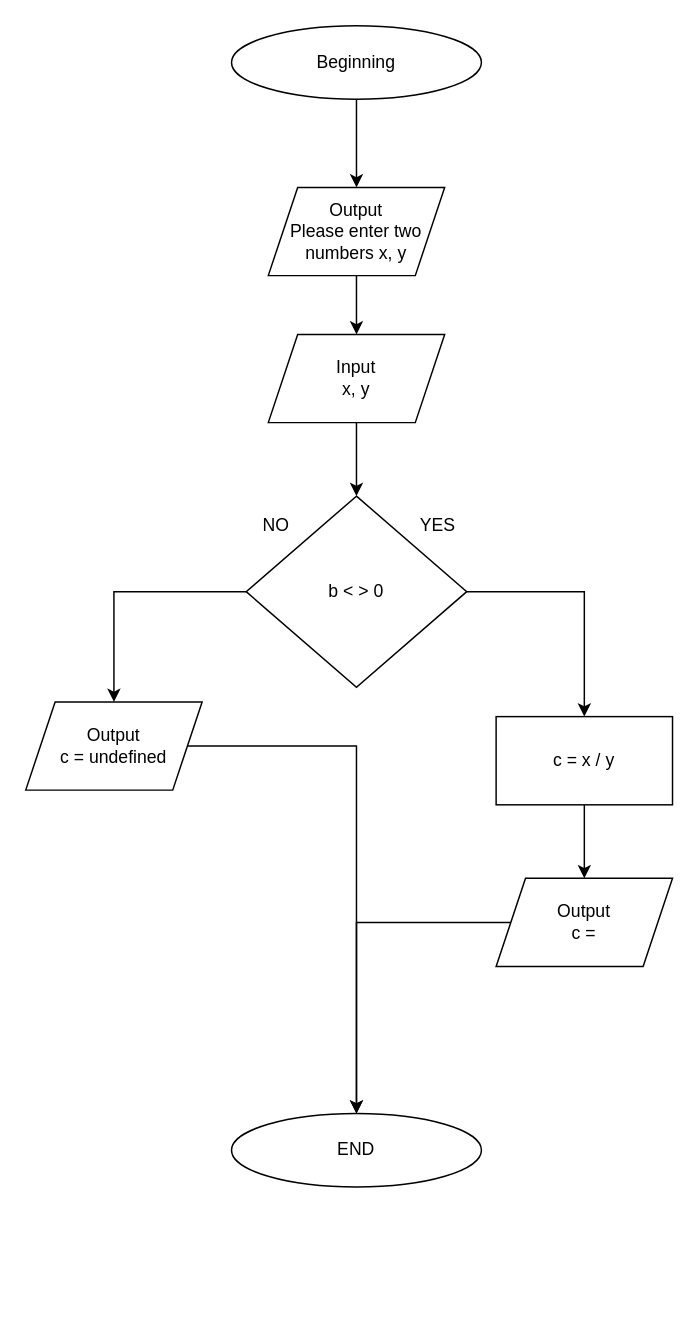
The draw.io diagram Algorithms/Lesson_1.drawio in IgnatikVodichka/Python-Projects, before the edit. Source tidied: cells renumbered, new cells numbered last; positions are measured from the earlier drawing's top-left corner, leaving out a move shared by most shapes. Both pictures are drawn from the tidied source at 147%, with x=0, y=0 at pixel (25, 25).
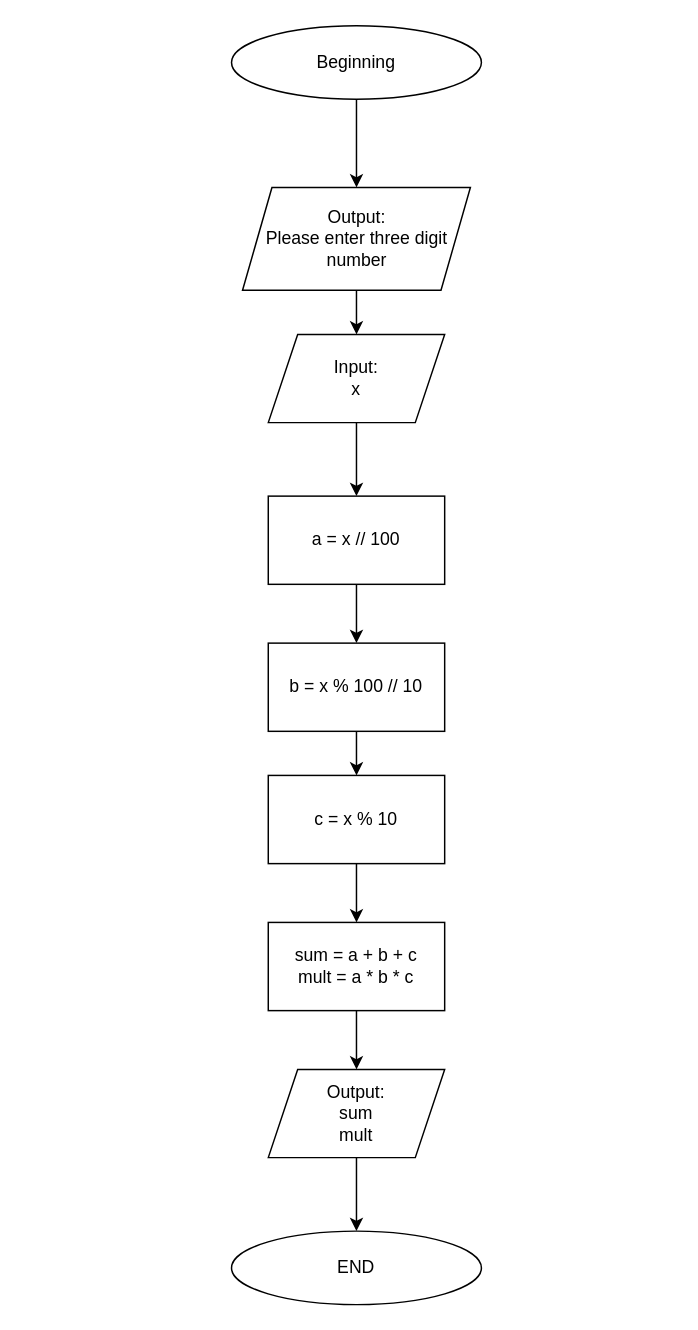
After the change.

Diff of the diagram source:
```diff
@@
 <mxGraphModel>
   <root>
     <mxCell id="0" />
     <mxCell id="1" parent="0" />
     <mxCell id="2" style="edgeStyle=orthogonalEdgeStyle;rounded=0;jettySize=auto;html=1;" parent="1" edge="1" source="3" target="5">
       <mxGeometry relative="1" as="geometry" />
     </mxCell>
     <mxCell id="3" value="Beginning" style="ellipse;whiteSpace=wrap;html=1;" parent="1" vertex="1">
       <mxGeometry x="140" width="170" height="50" as="geometry" />
     </mxCell>
     <mxCell id="4" style="edgeStyle=orthogonalEdgeStyle;rounded=0;jettySize=auto;html=1;entryX=0.5;entryY=0;entryDx=0;entryDy=0;" parent="1" edge="1" source="5" target="7">
       <mxGeometry relative="1" as="geometry" />
     </mxCell>
-    <mxCell id="5" value="Output&lt;br&gt;Please enter two numbers x, y" style="shape=parallelogram;perimeter=parallelogramPerimeter;whiteSpace=wrap;html=1;fixedSize=1;" parent="1" vertex="1">
-      <mxGeometry x="165" y="110" width="120" height="60" as="geometry" />
+    <mxCell id="5" value="Output:&lt;br&gt;Please enter three digit number" style="shape=parallelogram;perimeter=parallelogramPerimeter;whiteSpace=wrap;html=1;fixedSize=1;" parent="1" vertex="1">
+      <mxGeometry x="147.5" y="110" width="155" height="70" as="geometry" />
     </mxCell>
-    <mxCell id="6" style="edgeStyle=orthogonalEdgeStyle;rounded=0;jettySize=auto;html=1;entryX=0.5;entryY=0;entryDx=0;entryDy=0;" parent="1" edge="1" source="7" target="10">
-      <mxGeometry relative="1" as="geometry" />
+    <mxCell id="6" style="edgeStyle=orthogonalEdgeStyle;rounded=0;jettySize=auto;html=1;entryX=0.5;entryY=0;entryDx=0;entryDy=0;" parent="1" edge="1" source="7">
+      <mxGeometry relative="1" as="geometry">
+        <mxPoint x="225" y="320" as="targetPoint" />
+      </mxGeometry>
     </mxCell>
-    <mxCell id="7" value="Input&lt;br&gt;x, y" style="shape=parallelogram;perimeter=parallelogramPerimeter;whiteSpace=wrap;html=1;fixedSize=1;" parent="1" vertex="1">
+    <mxCell id="7" value="Input:&lt;br&gt;x" style="shape=parallelogram;perimeter=parallelogramPerimeter;whiteSpace=wrap;html=1;fixedSize=1;" parent="1" vertex="1">
       <mxGeometry x="165" y="210" width="120" height="60" as="geometry" />
     </mxCell>
-    <mxCell id="8" style="edgeStyle=orthogonalEdgeStyle;rounded=0;jettySize=auto;html=1;entryX=0.5;entryY=0;entryDx=0;entryDy=0;" parent="1" edge="1" source="10" target="14">
-      <mxGeometry relative="1" as="geometry" />
-    </mxCell>
-    <mxCell id="9" style="edgeStyle=orthogonalEdgeStyle;rounded=0;jettySize=auto;html=1;entryX=0.5;entryY=0;entryDx=0;entryDy=0;" parent="1" edge="1" source="10" target="18">
-      <mxGeometry relative="1" as="geometry" />
-    </mxCell>
-    <mxCell id="10" value="b &amp;lt; &amp;gt; 0" style="rhombus;whiteSpace=wrap;html=1;" parent="1" vertex="1">
-      <mxGeometry x="150" y="320" width="150" height="130" as="geometry" />
-    </mxCell>
-    <mxCell id="11" value="YES" style="text;html=1;align=center;verticalAlign=middle;strokeColor=none;" parent="1" vertex="1">
-      <mxGeometry x="260" y="330" width="40" height="20" as="geometry" />
-    </mxCell>
-    <mxCell id="12" value="NO" style="text;html=1;align=center;verticalAlign=middle;strokeColor=none;" parent="1" vertex="1">
-      <mxGeometry x="155" y="330" width="30" height="20" as="geometry" />
-    </mxCell>
-    <mxCell id="13" style="edgeStyle=orthogonalEdgeStyle;rounded=0;jettySize=auto;html=1;entryX=0.5;entryY=0;entryDx=0;entryDy=0;" parent="1" edge="1" source="14" target="16">
-      <mxGeometry relative="1" as="geometry" />
-    </mxCell>
-    <mxCell id="14" value="c = x / y" style="rounded=0;whiteSpace=wrap;html=1;" parent="1" vertex="1">
-      <mxGeometry x="320" y="470" width="120" height="60" as="geometry" />
-    </mxCell>
-    <mxCell id="15" style="edgeStyle=orthogonalEdgeStyle;rounded=0;jettySize=auto;html=1;entryX=0.5;entryY=0;entryDx=0;entryDy=0;" parent="1" edge="1" source="16" target="19">
-      <mxGeometry relative="1" as="geometry" />
-    </mxCell>
-    <mxCell id="16" value="Output&lt;br&gt;c =" style="shape=parallelogram;perimeter=parallelogramPerimeter;whiteSpace=wrap;html=1;fixedSize=1;" parent="1" vertex="1">
-      <mxGeometry x="320" y="580" width="120" height="60" as="geometry" />
-    </mxCell>
-    <mxCell id="17" style="edgeStyle=orthogonalEdgeStyle;rounded=0;jettySize=auto;html=1;entryX=0.5;entryY=0;entryDx=0;entryDy=0;" parent="1" edge="1" source="18" target="19">
-      <mxGeometry relative="1" as="geometry" />
-    </mxCell>
-    <mxCell id="18" value="Output&lt;br&gt;c = undefined" style="shape=parallelogram;perimeter=parallelogramPerimeter;whiteSpace=wrap;html=1;fixedSize=1;" parent="1" vertex="1">
-      <mxGeometry y="460" width="120" height="60" as="geometry" />
-    </mxCell>
     <mxCell id="19" value="END" style="ellipse;whiteSpace=wrap;html=1;" parent="1" vertex="1">
-      <mxGeometry x="140" y="740" width="170" height="50" as="geometry" />
+      <mxGeometry x="140" y="820" width="170" height="50" as="geometry" />
     </mxCell>
+    <mxCell id="20" style="edgeStyle=orthogonalEdgeStyle;rounded=0;jettySize=auto;html=1;entryX=0.5;entryY=0;entryDx=0;entryDy=0;" parent="1" edge="1" source="21" target="23">
+      <mxGeometry relative="1" as="geometry" />
+    </mxCell>
+    <mxCell id="21" value="a = x // 100" style="rounded=0;whiteSpace=wrap;html=1;" parent="1" vertex="1">
+      <mxGeometry x="165" y="320" width="120" height="60" as="geometry" />
+    </mxCell>
+    <mxCell id="22" style="edgeStyle=orthogonalEdgeStyle;rounded=0;jettySize=auto;html=1;entryX=0.5;entryY=0;entryDx=0;entryDy=0;" parent="1" edge="1" source="23" target="25">
+      <mxGeometry relative="1" as="geometry" />
+    </mxCell>
+    <mxCell id="23" value="b = x % 100 // 10" style="rounded=0;whiteSpace=wrap;html=1;" parent="1" vertex="1">
+      <mxGeometry x="165" y="420" width="120" height="60" as="geometry" />
+    </mxCell>
+    <mxCell id="24" style="edgeStyle=orthogonalEdgeStyle;rounded=0;jettySize=auto;html=1;entryX=0.5;entryY=0;entryDx=0;entryDy=0;" parent="1" edge="1" source="25" target="27">
+      <mxGeometry relative="1" as="geometry" />
+    </mxCell>
+    <mxCell id="25" value="c = x % 10" style="rounded=0;whiteSpace=wrap;html=1;" parent="1" vertex="1">
+      <mxGeometry x="165" y="510" width="120" height="60" as="geometry" />
+    </mxCell>
+    <mxCell id="26" style="edgeStyle=orthogonalEdgeStyle;rounded=0;jettySize=auto;html=1;entryX=0.5;entryY=0;entryDx=0;entryDy=0;" parent="1" edge="1" source="27" target="29">
+      <mxGeometry relative="1" as="geometry" />
+    </mxCell>
+    <mxCell id="27" value="sum = a + b + c&lt;br&gt;mult = a * b * c" style="rounded=0;whiteSpace=wrap;html=1;" parent="1" vertex="1">
+      <mxGeometry x="165" y="610" width="120" height="60" as="geometry" />
+    </mxCell>
+    <mxCell id="28" style="edgeStyle=orthogonalEdgeStyle;rounded=0;jettySize=auto;html=1;entryX=0.5;entryY=0;entryDx=0;entryDy=0;" parent="1" edge="1" source="29" target="19">
+      <mxGeometry relative="1" as="geometry" />
+    </mxCell>
+    <mxCell id="29" value="Output:&lt;br&gt;sum&lt;br&gt;mult" style="shape=parallelogram;perimeter=parallelogramPerimeter;whiteSpace=wrap;html=1;fixedSize=1;" parent="1" vertex="1">
+      <mxGeometry x="165" y="710" width="120" height="60" as="geometry" />
+    </mxCell>
   </root>
 </mxGraphModel>
```
